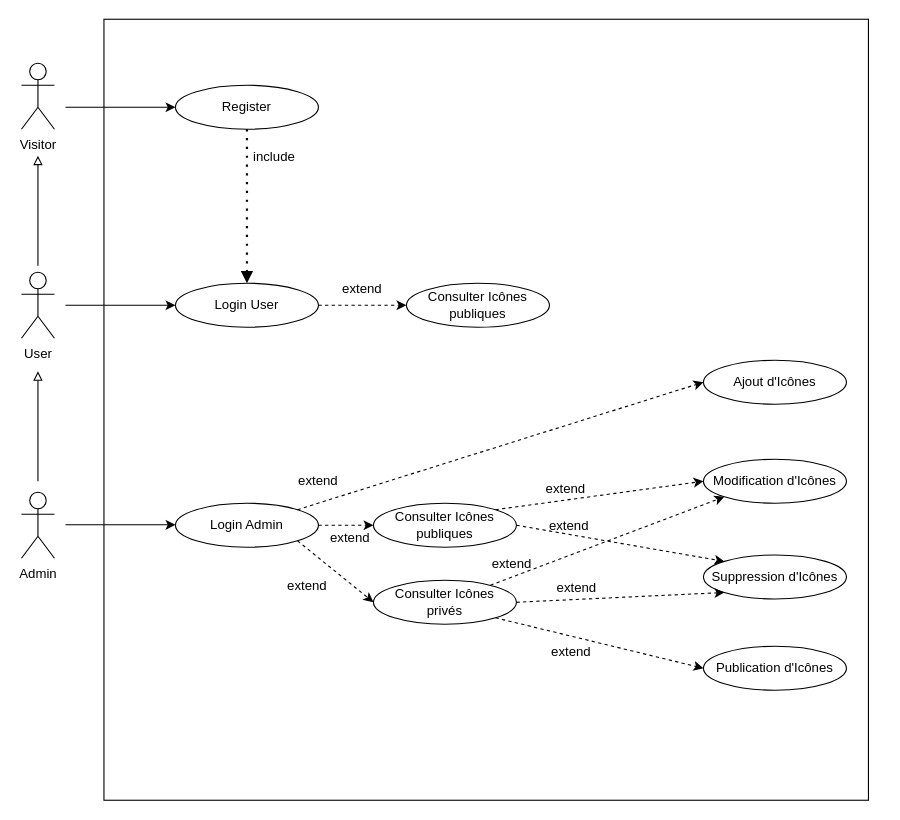
Earlier version of the draw.io diagram doc/UseCase_V1.drawio (Johblanc/iconotheque_back). Source tidied: cells renumbered, new cells numbered last; positions are measured from the earlier drawing's top-left corner, leaving out a move shared by most shapes. Both pictures are drawn from the tidied source at 110%, with x=0, y=0 at pixel (21, 19).
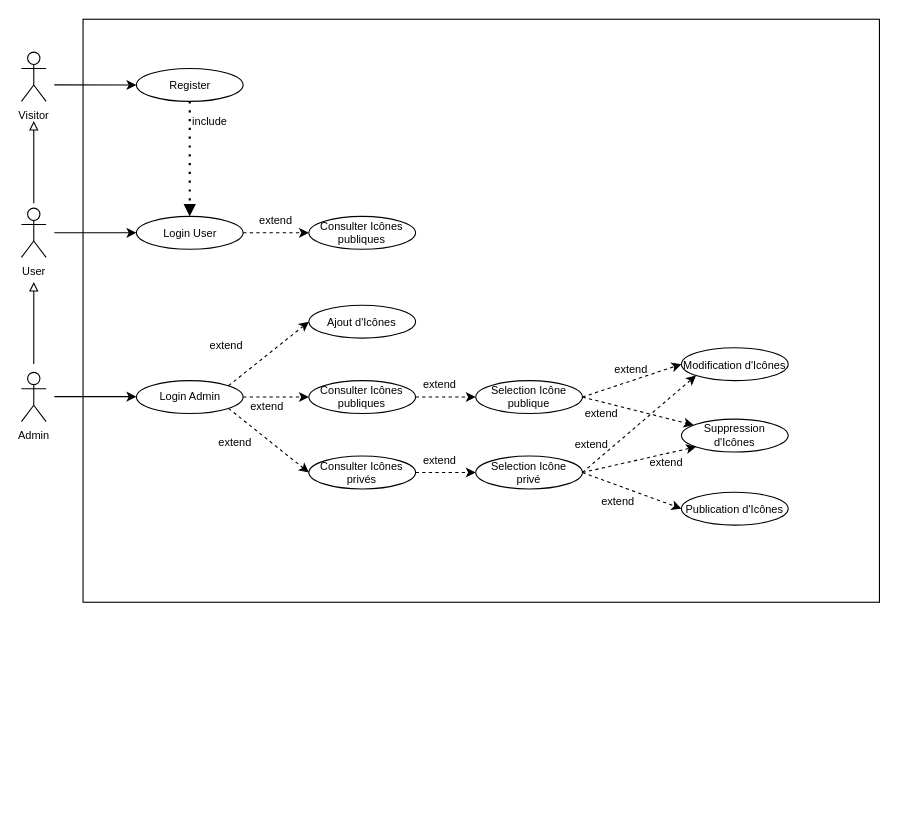
The same page after the edit.

Commit message:
doc : Maj UseCase V1

The edit, as a diff of the source:
```diff
@@
-    <mxCell id="2" style="rounded=0;whiteSpace=wrap;html=1;" parent="1" vertex="1">
-      <mxGeometry x="75" width="695" height="710" as="geometry" />
+    <mxCell id="2" style="rounded=0;whiteSpace=wrap;html=1;fontSize=10;" parent="1" vertex="1">
+      <mxGeometry x="56" width="724" height="530" as="geometry" />
     </mxCell>
-    <mxCell id="3" value="Visitor" style="shape=umlActor;verticalLabelPosition=bottom;verticalAlign=top;html=1;" parent="1" vertex="1">
-      <mxGeometry y="40" width="30" height="60" as="geometry" />
+    <mxCell id="3" value="Visitor" style="shape=umlActor;verticalLabelPosition=bottom;verticalAlign=top;html=1;fontSize=10;" parent="1" vertex="1">
+      <mxGeometry y="29.9" width="22.4" height="44.8" as="geometry" />
     </mxCell>
-    <mxCell id="4" value="User" style="shape=umlActor;verticalLabelPosition=bottom;verticalAlign=top;html=1;" parent="1" vertex="1">
-      <mxGeometry y="230" width="30" height="60" as="geometry" />
+    <mxCell id="4" value="User" style="shape=umlActor;verticalLabelPosition=bottom;verticalAlign=top;html=1;fontSize=10;" parent="1" vertex="1">
+      <mxGeometry y="171.7" width="22.4" height="44.8" as="geometry" />
     </mxCell>
-    <mxCell id="5" value="Admin" style="shape=umlActor;verticalLabelPosition=bottom;verticalAlign=top;html=1;" parent="1" vertex="1">
-      <mxGeometry y="430" width="30" height="60" as="geometry" />
+    <mxCell id="5" value="Admin" style="shape=umlActor;verticalLabelPosition=bottom;verticalAlign=top;html=1;fontSize=10;" parent="1" vertex="1">
+      <mxGeometry y="321" width="22.4" height="44.8" as="geometry" />
     </mxCell>
-    <mxCell id="6" value="Register" style="ellipse;whiteSpace=wrap;html=1;" parent="1" vertex="1">
-      <mxGeometry x="140" y="60" width="130" height="40" as="geometry" />
+    <mxCell id="6" value="Register" style="ellipse;whiteSpace=wrap;html=1;fontSize=10;" parent="1" vertex="1">
+      <mxGeometry x="104.5" y="44.8" width="97" height="29.9" as="geometry" />
     </mxCell>
-    <mxCell id="7" value="Login User" style="ellipse;whiteSpace=wrap;html=1;" parent="1" vertex="1">
-      <mxGeometry x="140" y="240" width="130" height="40" as="geometry" />
+    <mxCell id="7" value="Login User" style="ellipse;whiteSpace=wrap;html=1;fontSize=10;" parent="1" vertex="1">
+      <mxGeometry x="104.5" y="179.2" width="97" height="29.9" as="geometry" />
     </mxCell>
-    <mxCell id="8" value="Consulter Icônes publiques" style="ellipse;whiteSpace=wrap;html=1;" parent="1" vertex="1">
-      <mxGeometry x="350" y="240" width="130" height="40" as="geometry" />
+    <mxCell id="8" value="Consulter Icônes publiques" style="ellipse;whiteSpace=wrap;html=1;fontSize=10;" parent="1" vertex="1">
+      <mxGeometry x="261.3" y="179.2" width="97" height="29.9" as="geometry" />
     </mxCell>
-    <mxCell id="9" value="Ajout d'Icônes" style="ellipse;whiteSpace=wrap;html=1;" parent="1" vertex="1">
-      <mxGeometry x="620" y="310" width="130" height="40" as="geometry" />
+    <mxCell id="9" value="Ajout d'Icônes" style="ellipse;whiteSpace=wrap;html=1;fontSize=10;" parent="1" vertex="1">
+      <mxGeometry x="261.3" y="260" width="97" height="29.9" as="geometry" />
     </mxCell>
-    <mxCell id="10" value="Modification d'Icônes" style="ellipse;whiteSpace=wrap;html=1;" parent="1" vertex="1">
-      <mxGeometry x="620" y="400" width="130" height="40" as="geometry" />
+    <mxCell id="10" value="Modification d'Icônes" style="ellipse;whiteSpace=wrap;html=1;fontSize=10;" parent="1" vertex="1">
+      <mxGeometry x="600" y="298.6" width="97" height="29.9" as="geometry" />
     </mxCell>
-    <mxCell id="11" value="Publication d'Icônes" style="ellipse;whiteSpace=wrap;html=1;" parent="1" vertex="1">
-      <mxGeometry x="620" y="570" width="130" height="40" as="geometry" />
+    <mxCell id="11" value="Publication d'Icônes" style="ellipse;whiteSpace=wrap;html=1;fontSize=10;" parent="1" vertex="1">
+      <mxGeometry x="600" y="430" width="97" height="29.9" as="geometry" />
     </mxCell>
-    <mxCell id="12" style="endArrow=block;html=1;endFill=0;" parent="1" edge="1">
+    <mxCell id="12" style="endArrow=block;html=1;endFill=0;fontSize=10;" parent="1" edge="1">
       <mxGeometry relative="1" as="geometry">
-        <mxPoint x="15" y="420" as="sourcePoint" />
-        <mxPoint x="15" y="320" as="targetPoint" />
+        <mxPoint x="11.2" y="313.5" as="sourcePoint" />
+        <mxPoint x="11.2" y="238.9" as="targetPoint" />
       </mxGeometry>
     </mxCell>
-    <mxCell id="13" style="endArrow=block;html=1;endFill=0;" parent="1" edge="1">
+    <mxCell id="13" style="endArrow=block;html=1;endFill=0;fontSize=10;" parent="1" edge="1">
       <mxGeometry relative="1" as="geometry">
-        <mxPoint x="15" y="224" as="sourcePoint" />
-        <mxPoint x="15" y="124" as="targetPoint" />
+        <mxPoint x="11.2" y="167.2" as="sourcePoint" />
+        <mxPoint x="11.2" y="92.6" as="targetPoint" />
       </mxGeometry>
     </mxCell>
-    <mxCell id="14" style="endArrow=classic;html=1;entryX=0;entryY=0.5;entryDx=0;entryDy=0;" parent="1" edge="1" target="6">
+    <mxCell id="14" style="endArrow=classic;html=1;entryX=0;entryY=0.5;entryDx=0;entryDy=0;fontSize=10;" parent="1" edge="1" target="6">
       <mxGeometry relative="1" as="geometry">
-        <mxPoint x="40" y="80" as="sourcePoint" />
+        <mxPoint x="29.9" y="59.7" as="sourcePoint" />
       </mxGeometry>
     </mxCell>
-    <mxCell id="15" style="endArrow=classic;html=1;entryX=0;entryY=0.5;entryDx=0;entryDy=0;" parent="1" edge="1" target="7">
+    <mxCell id="15" style="endArrow=classic;html=1;entryX=0;entryY=0.5;entryDx=0;entryDy=0;fontSize=10;" parent="1" edge="1" target="7">
       <mxGeometry relative="1" as="geometry">
-        <mxPoint x="40" y="260" as="sourcePoint" />
+        <mxPoint x="29.9" y="194.1" as="sourcePoint" />
       </mxGeometry>
     </mxCell>
-    <mxCell id="16" style="endArrow=classic;html=1;entryX=0;entryY=0.5;entryDx=0;entryDy=0;exitX=1;exitY=0.5;exitDx=0;exitDy=0;dashed=1;" parent="1" edge="1" source="7" target="8">
+    <mxCell id="16" style="endArrow=classic;html=1;entryX=0;entryY=0.5;entryDx=0;entryDy=0;exitX=1;exitY=0.5;exitDx=0;exitDy=0;dashed=1;fontSize=10;" parent="1" edge="1" source="7" target="8">
       <mxGeometry relative="1" as="geometry" />
     </mxCell>
-    <mxCell id="17" style="endArrow=classic;html=1;entryX=0;entryY=0.5;entryDx=0;entryDy=0;exitX=1;exitY=0;exitDx=0;exitDy=0;dashed=1;" parent="1" edge="1" source="27" target="10">
+    <mxCell id="17" style="endArrow=classic;html=1;entryX=0;entryY=0.5;entryDx=0;entryDy=0;exitX=1;exitY=0.5;exitDx=0;exitDy=0;dashed=1;fontSize=10;" parent="1" edge="1" source="27" target="41">
       <mxGeometry relative="1" as="geometry" />
     </mxCell>
-    <mxCell id="18" style="endArrow=classic;html=1;entryX=0;entryY=0.5;entryDx=0;entryDy=0;dashed=1;exitX=1;exitY=1;exitDx=0;exitDy=0;" parent="1" edge="1" source="34" target="11">
+    <mxCell id="18" style="endArrow=classic;html=1;entryX=0;entryY=0.5;entryDx=0;entryDy=0;dashed=1;exitX=1;exitY=0.5;exitDx=0;exitDy=0;fontSize=10;" parent="1" edge="1" source="42" target="11">
       <mxGeometry relative="1" as="geometry" />
     </mxCell>
-    <mxCell id="19" style="endArrow=block;dashed=1;html=1;dashPattern=1 3;strokeWidth=2;entryX=0.5;entryY=0;entryDx=0;entryDy=0;exitX=0.5;exitY=1;exitDx=0;exitDy=0;endFill=1;" parent="1" edge="1" source="6" target="7">
+    <mxCell id="19" style="endArrow=block;dashed=1;html=1;dashPattern=1 3;strokeWidth=2;entryX=0.5;entryY=0;entryDx=0;entryDy=0;exitX=0.5;exitY=1;exitDx=0;exitDy=0;endFill=1;fontSize=10;" parent="1" edge="1" source="6" target="7">
       <mxGeometry relative="1" as="geometry" />
     </mxCell>
-    <mxCell id="20" value="include" style="text;strokeColor=none;align=center;fillColor=none;html=1;verticalAlign=middle;whiteSpace=wrap;rounded=0;" parent="1" vertex="1">
-      <mxGeometry x="200" y="110" width="60" height="30" as="geometry" />
+    <mxCell id="20" value="include" style="text;strokeColor=none;align=center;fillColor=none;html=1;verticalAlign=middle;whiteSpace=wrap;rounded=0;fontSize=10;" parent="1" vertex="1">
+      <mxGeometry x="149.3" y="82.1" width="44.8" height="22.4" as="geometry" />
     </mxCell>
-    <mxCell id="21" value="Suppression d'Icônes" style="ellipse;whiteSpace=wrap;html=1;" parent="1" vertex="1">
-      <mxGeometry x="620" y="487" width="130" height="40" as="geometry" />
+    <mxCell id="21" value="Suppression d'Icônes" style="ellipse;whiteSpace=wrap;html=1;fontSize=10;" parent="1" vertex="1">
+      <mxGeometry x="600" y="363.5" width="97" height="29.9" as="geometry" />
     </mxCell>
-    <mxCell id="22" style="endArrow=classic;html=1;entryX=0;entryY=0;entryDx=0;entryDy=0;dashed=1;exitX=1;exitY=0.5;exitDx=0;exitDy=0;" parent="1" edge="1" source="27" target="21">
+    <mxCell id="22" style="endArrow=classic;html=1;dashed=1;exitX=1;exitY=0.5;exitDx=0;exitDy=0;fontSize=10;" parent="1" edge="1" source="41" target="21">
       <mxGeometry relative="1" as="geometry" />
     </mxCell>
-    <mxCell id="23" value="Login Admin" style="ellipse;whiteSpace=wrap;html=1;" parent="1" vertex="1">
-      <mxGeometry x="140" y="440" width="130" height="40" as="geometry" />
+    <mxCell id="23" value="Login Admin" style="ellipse;whiteSpace=wrap;html=1;fontSize=10;" parent="1" vertex="1">
+      <mxGeometry x="104.5" y="328.5" width="97" height="29.9" as="geometry" />
     </mxCell>
-    <mxCell id="24" style="endArrow=classic;html=1;entryX=0;entryY=0.5;entryDx=0;entryDy=0;" parent="1" edge="1">
+    <mxCell id="24" style="endArrow=classic;html=1;entryX=0;entryY=0.5;entryDx=0;entryDy=0;fontSize=10;" parent="1" edge="1">
       <mxGeometry relative="1" as="geometry">
-        <mxPoint x="40" y="459.6" as="sourcePoint" />
-        <mxPoint x="140" y="459.6" as="targetPoint" />
+        <mxPoint x="29.9" y="343.1" as="sourcePoint" />
+        <mxPoint x="104.5" y="343.1" as="targetPoint" />
       </mxGeometry>
     </mxCell>
-    <mxCell id="25" value="extend" style="text;strokeColor=none;align=center;fillColor=none;html=1;verticalAlign=middle;whiteSpace=wrap;rounded=0;" parent="1" vertex="1">
-      <mxGeometry x="280" y="230" width="60" height="30" as="geometry" />
+    <mxCell id="25" value="extend" style="text;strokeColor=none;align=center;fillColor=none;html=1;verticalAlign=middle;whiteSpace=wrap;rounded=0;fontSize=10;" parent="1" vertex="1">
+      <mxGeometry x="209" y="171.7" width="44.8" height="22.4" as="geometry" />
     </mxCell>
-    <mxCell id="26" value="extend" style="text;strokeColor=none;align=center;fillColor=none;html=1;verticalAlign=middle;whiteSpace=wrap;rounded=0;" parent="1" vertex="1">
-      <mxGeometry x="269" y="457" width="60" height="30" as="geometry" />
+    <mxCell id="26" value="extend" style="text;strokeColor=none;align=center;fillColor=none;html=1;verticalAlign=middle;whiteSpace=wrap;rounded=0;fontSize=10;" parent="1" vertex="1">
+      <mxGeometry x="200.8" y="341.1" width="44.8" height="22.4" as="geometry" />
     </mxCell>
-    <mxCell id="27" value="Consulter Icônes publiques" style="ellipse;whiteSpace=wrap;html=1;" parent="1" vertex="1">
-      <mxGeometry x="320" y="440" width="130" height="40" as="geometry" />
+    <mxCell id="27" value="Consulter Icônes publiques" style="ellipse;whiteSpace=wrap;html=1;fontSize=10;" parent="1" vertex="1">
+      <mxGeometry x="261.3" y="328.5" width="97" height="29.9" as="geometry" />
     </mxCell>
-    <mxCell id="28" style="endArrow=classic;html=1;entryX=0;entryY=0.5;entryDx=0;entryDy=0;dashed=1;" parent="1" edge="1" target="27">
+    <mxCell id="28" style="endArrow=classic;html=1;entryX=0;entryY=0.5;entryDx=0;entryDy=0;dashed=1;fontSize=10;" parent="1" edge="1" target="27">
       <mxGeometry relative="1" as="geometry">
-        <mxPoint x="270" y="460" as="sourcePoint" />
+        <mxPoint x="201.5" y="343.4" as="sourcePoint" />
       </mxGeometry>
     </mxCell>
-    <mxCell id="29" style="endArrow=classic;html=1;entryX=0;entryY=0.5;entryDx=0;entryDy=0;exitX=1;exitY=0;exitDx=0;exitDy=0;dashed=1;" parent="1" edge="1" source="23" target="9">
+    <mxCell id="29" style="endArrow=classic;html=1;entryX=0;entryY=0.5;entryDx=0;entryDy=0;exitX=1;exitY=0;exitDx=0;exitDy=0;dashed=1;fontSize=10;" parent="1" edge="1" source="23" target="9">
       <mxGeometry relative="1" as="geometry" />
     </mxCell>
-    <mxCell id="30" value="extend" style="text;strokeColor=none;align=center;fillColor=none;html=1;verticalAlign=middle;whiteSpace=wrap;rounded=0;" parent="1" vertex="1">
-      <mxGeometry x="240" y="405" width="60" height="30" as="geometry" />
+    <mxCell id="30" value="extend" style="text;strokeColor=none;align=center;fillColor=none;html=1;verticalAlign=middle;whiteSpace=wrap;rounded=0;fontSize=10;" parent="1" vertex="1">
+      <mxGeometry x="164.2" y="285.2" width="44.8" height="22.4" as="geometry" />
     </mxCell>
-    <mxCell id="31" value="extend" style="text;strokeColor=none;align=center;fillColor=none;html=1;verticalAlign=middle;whiteSpace=wrap;rounded=0;" parent="1" vertex="1">
-      <mxGeometry x="465" y="412" width="60" height="30" as="geometry" />
+    <mxCell id="31" value="extend" style="text;strokeColor=none;align=center;fillColor=none;html=1;verticalAlign=middle;whiteSpace=wrap;rounded=0;fontSize=10;" parent="1" vertex="1">
+      <mxGeometry x="358.3" y="390" width="44.8" height="22.4" as="geometry" />
     </mxCell>
-    <mxCell id="32" value="extend" style="text;strokeColor=none;align=center;fillColor=none;html=1;verticalAlign=middle;whiteSpace=wrap;rounded=0;" parent="1" vertex="1">
-      <mxGeometry x="468" y="446" width="60" height="30" as="geometry" />
+    <mxCell id="32" value="extend" style="text;strokeColor=none;align=center;fillColor=none;html=1;verticalAlign=middle;whiteSpace=wrap;rounded=0;fontSize=10;" parent="1" vertex="1">
+      <mxGeometry x="505" y="347.1" width="44.8" height="22.4" as="geometry" />
     </mxCell>
-    <mxCell id="33" value="extend" style="text;strokeColor=none;align=center;fillColor=none;html=1;verticalAlign=middle;whiteSpace=wrap;rounded=0;" parent="1" vertex="1">
-      <mxGeometry x="470" y="560" width="60" height="30" as="geometry" />
+    <mxCell id="33" value="extend" style="text;strokeColor=none;align=center;fillColor=none;html=1;verticalAlign=middle;whiteSpace=wrap;rounded=0;fontSize=10;" parent="1" vertex="1">
+      <mxGeometry x="496" y="374.7" width="44.8" height="22.4" as="geometry" />
     </mxCell>
-    <mxCell id="34" value="Consulter Icônes &lt;br&gt;privés" style="ellipse;whiteSpace=wrap;html=1;" parent="1" vertex="1">
-      <mxGeometry x="320" y="510" width="130" height="40" as="geometry" />
+    <mxCell id="34" value="Consulter Icônes &lt;br style=&quot;font-size: 10px;&quot;&gt;privés" style="ellipse;whiteSpace=wrap;html=1;fontSize=10;" parent="1" vertex="1">
+      <mxGeometry x="261.3" y="397.1" width="97" height="29.9" as="geometry" />
     </mxCell>
-    <mxCell id="35" style="endArrow=classic;html=1;entryX=0;entryY=0.5;entryDx=0;entryDy=0;dashed=1;exitX=1;exitY=1;exitDx=0;exitDy=0;" parent="1" edge="1" source="23" target="34">
+    <mxCell id="35" style="endArrow=classic;html=1;entryX=0;entryY=0.5;entryDx=0;entryDy=0;dashed=1;exitX=1;exitY=1;exitDx=0;exitDy=0;fontSize=10;" parent="1" edge="1" source="23" target="34">
       <mxGeometry relative="1" as="geometry" />
     </mxCell>
-    <mxCell id="36" value="extend" style="text;strokeColor=none;align=center;fillColor=none;html=1;verticalAlign=middle;whiteSpace=wrap;rounded=0;" parent="1" vertex="1">
-      <mxGeometry x="230" y="500" width="60" height="30" as="geometry" />
+    <mxCell id="36" value="extend" style="text;strokeColor=none;align=center;fillColor=none;html=1;verticalAlign=middle;whiteSpace=wrap;rounded=0;fontSize=10;" parent="1" vertex="1">
+      <mxGeometry x="171.7" y="373.2" width="44.8" height="22.4" as="geometry" />
     </mxCell>
-    <mxCell id="37" style="endArrow=classic;html=1;dashed=1;entryX=0;entryY=1;entryDx=0;entryDy=0;" parent="1" edge="1" source="34" target="10">
+    <mxCell id="37" style="endArrow=classic;html=1;dashed=1;entryX=0;entryY=0.5;entryDx=0;entryDy=0;fontSize=10;exitX=1;exitY=0.5;exitDx=0;exitDy=0;" parent="1" edge="1" source="41" target="10">
       <mxGeometry relative="1" as="geometry" />
     </mxCell>
-    <mxCell id="38" value="extend" style="text;strokeColor=none;align=center;fillColor=none;html=1;verticalAlign=middle;whiteSpace=wrap;rounded=0;" parent="1" vertex="1">
-      <mxGeometry x="416" y="480" width="60" height="30" as="geometry" />
+    <mxCell id="38" value="extend" style="text;strokeColor=none;align=center;fillColor=none;html=1;verticalAlign=middle;whiteSpace=wrap;rounded=0;fontSize=10;" parent="1" vertex="1">
+      <mxGeometry x="358.3" y="321" width="44.8" height="22.4" as="geometry" />
     </mxCell>
-    <mxCell id="39" style="endArrow=classic;html=1;dashed=1;entryX=0;entryY=1;entryDx=0;entryDy=0;exitX=1;exitY=0.5;exitDx=0;exitDy=0;" parent="1" edge="1" source="34" target="21">
+    <mxCell id="39" style="endArrow=classic;html=1;dashed=1;entryX=0;entryY=0.5;entryDx=0;entryDy=0;exitX=1;exitY=0.5;exitDx=0;exitDy=0;fontSize=10;" parent="1" edge="1" source="34" target="42">
       <mxGeometry relative="1" as="geometry" />
     </mxCell>
-    <mxCell id="40" value="extend" style="text;strokeColor=none;align=center;fillColor=none;html=1;verticalAlign=middle;whiteSpace=wrap;rounded=0;" parent="1" vertex="1">
-      <mxGeometry x="475" y="502" width="60" height="30" as="geometry" />
+    <mxCell id="40" value="extend" style="text;strokeColor=none;align=center;fillColor=none;html=1;verticalAlign=middle;whiteSpace=wrap;rounded=0;fontSize=10;" parent="1" vertex="1">
+      <mxGeometry x="532.2" y="306.6" width="44.8" height="22.4" as="geometry" />
     </mxCell>
+    <mxCell id="41" value="Selection Icône publique" style="ellipse;whiteSpace=wrap;html=1;fontSize=10;" parent="1" vertex="1">
+      <mxGeometry x="413" y="328.5" width="97" height="29.9" as="geometry" />
+    </mxCell>
+    <mxCell id="42" value="Selection Icône&lt;br style=&quot;font-size: 10px;&quot;&gt;privé" style="ellipse;whiteSpace=wrap;html=1;fontSize=10;" parent="1" vertex="1">
+      <mxGeometry x="413" y="397.1" width="97" height="29.9" as="geometry" />
+    </mxCell>
+    <mxCell id="43" style="endArrow=classic;html=1;dashed=1;entryX=0;entryY=1;entryDx=0;entryDy=0;fontSize=10;exitX=1;exitY=0.5;exitDx=0;exitDy=0;" parent="1" edge="1" source="42" target="10">
+      <mxGeometry relative="1" as="geometry" />
+    </mxCell>
+    <mxCell id="44" style="endArrow=classic;html=1;dashed=1;entryX=0;entryY=1;entryDx=0;entryDy=0;fontSize=10;exitX=1;exitY=0.5;exitDx=0;exitDy=0;" parent="1" edge="1" source="42" target="21">
+      <mxGeometry relative="1" as="geometry" />
+    </mxCell>
+    <mxCell id="45" value="extend" style="text;strokeColor=none;align=center;fillColor=none;html=1;verticalAlign=middle;whiteSpace=wrap;rounded=0;fontSize=10;" parent="1" vertex="1">
+      <mxGeometry x="564" y="391.7" width="44.8" height="22.4" as="geometry" />
+    </mxCell>
+    <mxCell id="46" value="extend" style="text;strokeColor=none;align=center;fillColor=none;html=1;verticalAlign=middle;whiteSpace=wrap;rounded=0;fontSize=10;" parent="1" vertex="1">
+      <mxGeometry x="520" y="427" width="44.8" height="22.4" as="geometry" />
+    </mxCell>
```
